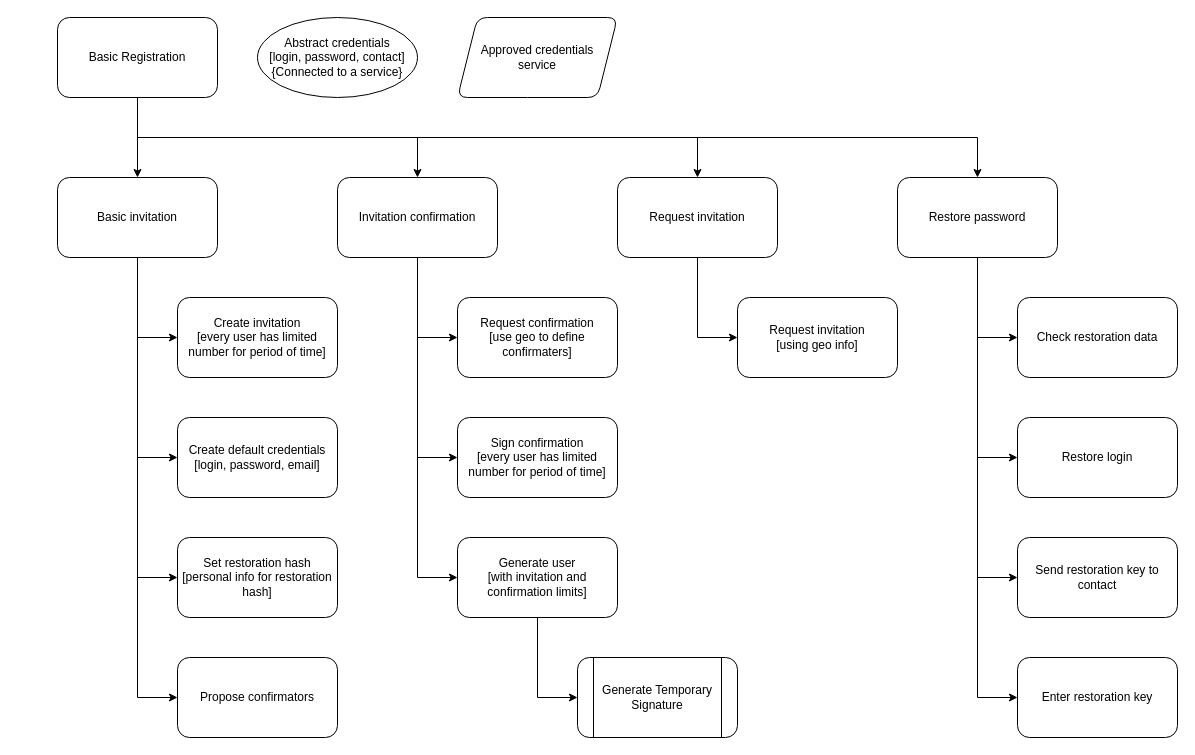
Earlier version of the draw.io diagram page "A: Citizens" (2 of 6) of architecture/crdesign.drawio (markvandal/ds.info). Source tidied: cells renumbered, new cells numbered last; positions are measured from the earlier drawing's top-left corner, leaving out a move shared by most shapes. Both pictures are drawn from the tidied source at 100%, with x=0, y=0 at pixel (57, 17).
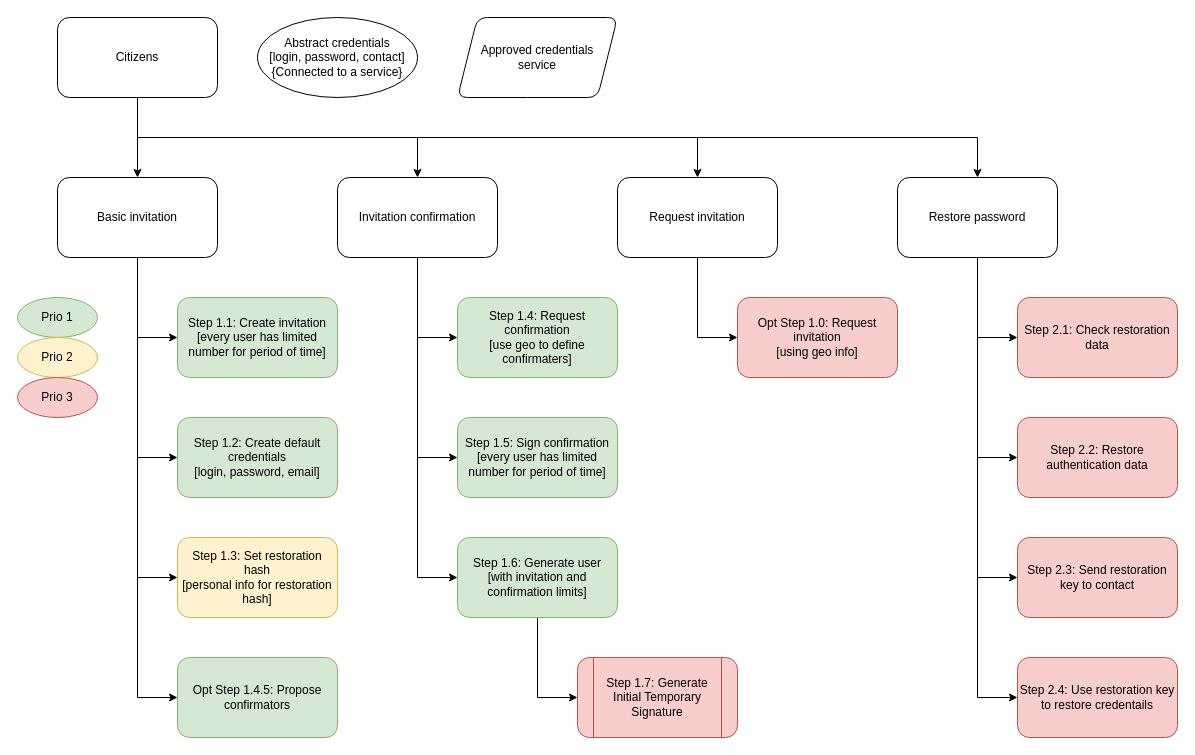
After the change.

What changed in the source:
```diff
@@
-    <mxCell id="6" value="Basic Registration" style="rounded=1;whiteSpace=wrap;html=1;" parent="1" vertex="1">
+    <mxCell id="6" value="Citizens" style="rounded=1;whiteSpace=wrap;html=1;" parent="1" vertex="1">
       <mxGeometry width="160" height="80" as="geometry" />
     </mxCell>
@@
-    <mxCell id="15" value="Create invitation&lt;br&gt;[every user has limited number for period of time]" style="rounded=1;whiteSpace=wrap;html=1;" parent="1" vertex="1">
+    <mxCell id="15" value="Step 1.1: Create invitation&lt;br&gt;[every user has limited number for period of time]" style="rounded=1;whiteSpace=wrap;html=1;fillColor=#d5e8d4;strokeColor=#82b366;" parent="1" vertex="1">
       <mxGeometry x="120" y="280" width="160" height="80" as="geometry" />
     </mxCell>
@@
-    <mxCell id="17" value="Request confirmation&lt;br&gt;[use geo to define confirmaters]" style="rounded=1;whiteSpace=wrap;html=1;" parent="1" vertex="1">
+    <mxCell id="17" value="Step 1.4: Request confirmation&lt;br&gt;[use geo to define confirmaters]" style="rounded=1;whiteSpace=wrap;html=1;fillColor=#d5e8d4;strokeColor=#82b366;" parent="1" vertex="1">
       <mxGeometry x="400" y="280" width="160" height="80" as="geometry" />
     </mxCell>
-    <mxCell id="18" value="Sign confirmation&lt;br&gt;[every user has limited number for period of time]" style="rounded=1;whiteSpace=wrap;html=1;" parent="1" vertex="1">
+    <mxCell id="18" value="Step 1.5: Sign confirmation&lt;br&gt;[every user has limited number for period of time]" style="rounded=1;whiteSpace=wrap;html=1;fillColor=#d5e8d4;strokeColor=#82b366;" parent="1" vertex="1">
       <mxGeometry x="400" y="400" width="160" height="80" as="geometry" />
     </mxCell>
@@
-    <mxCell id="20" value="Generate user&lt;br&gt;[with invitation and confirmation limits]" style="rounded=1;whiteSpace=wrap;html=1;" parent="1" vertex="1">
+    <mxCell id="20" value="Step 1.6: Generate user&lt;br&gt;[with invitation and confirmation limits]" style="rounded=1;whiteSpace=wrap;html=1;fillColor=#d5e8d4;strokeColor=#82b366;" parent="1" vertex="1">
       <mxGeometry x="400" y="520" width="160" height="80" as="geometry" />
     </mxCell>
@@
-    <mxCell id="23" value="Request invitation&lt;br&gt;[using geo info]" style="rounded=1;whiteSpace=wrap;html=1;" parent="1" vertex="1">
+    <mxCell id="23" value="Opt Step 1.0: Request invitation&lt;br&gt;[using geo info]" style="rounded=1;whiteSpace=wrap;html=1;fillColor=#f8cecc;strokeColor=#b85450;" parent="1" vertex="1">
       <mxGeometry x="680" y="280" width="160" height="80" as="geometry" />
     </mxCell>
@@
-    <mxCell id="29" value="Create default credentials&lt;br&gt;[login, password, email]" style="rounded=1;whiteSpace=wrap;html=1;" parent="1" vertex="1">
+    <mxCell id="29" value="Step 1.2: Create default credentials&lt;br&gt;[login, password, email]" style="rounded=1;whiteSpace=wrap;html=1;fillColor=#d5e8d4;strokeColor=#82b366;" parent="1" vertex="1">
       <mxGeometry x="120" y="400" width="160" height="80" as="geometry" />
     </mxCell>
-    <mxCell id="30" value="Check restoration data" style="rounded=1;whiteSpace=wrap;html=1;" parent="1" vertex="1">
+    <mxCell id="30" value="Step 2.1: Check restoration data" style="rounded=1;whiteSpace=wrap;html=1;fillColor=#f8cecc;strokeColor=#b85450;" parent="1" vertex="1">
       <mxGeometry x="960" y="280" width="160" height="80" as="geometry" />
     </mxCell>
-    <mxCell id="31" value="Send restoration key to contact" style="rounded=1;whiteSpace=wrap;html=1;" parent="1" vertex="1">
+    <mxCell id="31" value="Step 2.3: Send restoration key to contact" style="rounded=1;whiteSpace=wrap;html=1;fillColor=#f8cecc;strokeColor=#b85450;" parent="1" vertex="1">
       <mxGeometry x="960" y="520" width="160" height="80" as="geometry" />
     </mxCell>
-    <mxCell id="32" value="Enter restoration key" style="rounded=1;whiteSpace=wrap;html=1;" parent="1" vertex="1">
+    <mxCell id="32" value="Step 2.4: Use restoration key to restore credentails" style="rounded=1;whiteSpace=wrap;html=1;fillColor=#f8cecc;strokeColor=#b85450;" parent="1" vertex="1">
       <mxGeometry x="960" y="640" width="160" height="80" as="geometry" />
     </mxCell>
-    <mxCell id="33" value="Restore login" style="rounded=1;whiteSpace=wrap;html=1;" parent="1" vertex="1">
+    <mxCell id="33" value="Step 2.2: Restore authentication data" style="rounded=1;whiteSpace=wrap;html=1;fillColor=#f8cecc;strokeColor=#b85450;" parent="1" vertex="1">
       <mxGeometry x="960" y="400" width="160" height="80" as="geometry" />
     </mxCell>
@@
-    <mxCell id="36" value="Set restoration hash&lt;br&gt;[personal info for restoration hash]" style="rounded=1;whiteSpace=wrap;html=1;" parent="1" vertex="1">
+    <mxCell id="36" value="Step 1.3: Set restoration hash&lt;br&gt;[personal info for restoration hash]" style="rounded=1;whiteSpace=wrap;html=1;fillColor=#fff2cc;strokeColor=#d6b656;" parent="1" vertex="1">
       <mxGeometry x="120" y="520" width="160" height="80" as="geometry" />
     </mxCell>
-    <mxCell id="37" value="Propose confirmators" style="rounded=1;whiteSpace=wrap;html=1;" parent="1" vertex="1">
+    <mxCell id="37" value="Opt Step 1.4.5: Propose confirmators" style="rounded=1;whiteSpace=wrap;html=1;fillColor=#d5e8d4;strokeColor=#82b366;" parent="1" vertex="1">
       <mxGeometry x="120" y="640" width="160" height="80" as="geometry" />
     </mxCell>
-    <mxCell id="38" value="Generate Temporary Signature" style="shape=process;whiteSpace=wrap;html=1;backgroundOutline=1;rounded=1;" parent="1" vertex="1">
+    <mxCell id="38" value="Step 1.7: Generate Initial Temporary Signature" style="shape=process;whiteSpace=wrap;html=1;backgroundOutline=1;rounded=1;fillColor=#f8cecc;strokeColor=#b85450;" parent="1" vertex="1">
       <mxGeometry x="520" y="640" width="160" height="80" as="geometry" />
     </mxCell>
+    <mxCell id="39" value="Prio 1" style="ellipse;whiteSpace=wrap;html=1;fillColor=#d5e8d4;strokeColor=#82b366;" parent="1" vertex="1">
+      <mxGeometry x="-40" y="280" width="80" height="40" as="geometry" />
+    </mxCell>
+    <mxCell id="40" value="Prio 2" style="ellipse;whiteSpace=wrap;html=1;fillColor=#fff2cc;strokeColor=#d6b656;" parent="1" vertex="1">
+      <mxGeometry x="-40" y="320" width="80" height="40" as="geometry" />
+    </mxCell>
+    <mxCell id="41" value="Prio 3" style="ellipse;whiteSpace=wrap;html=1;fillColor=#f8cecc;strokeColor=#b85450;" parent="1" vertex="1">
+      <mxGeometry x="-40" y="360" width="80" height="40" as="geometry" />
+    </mxCell>
```
